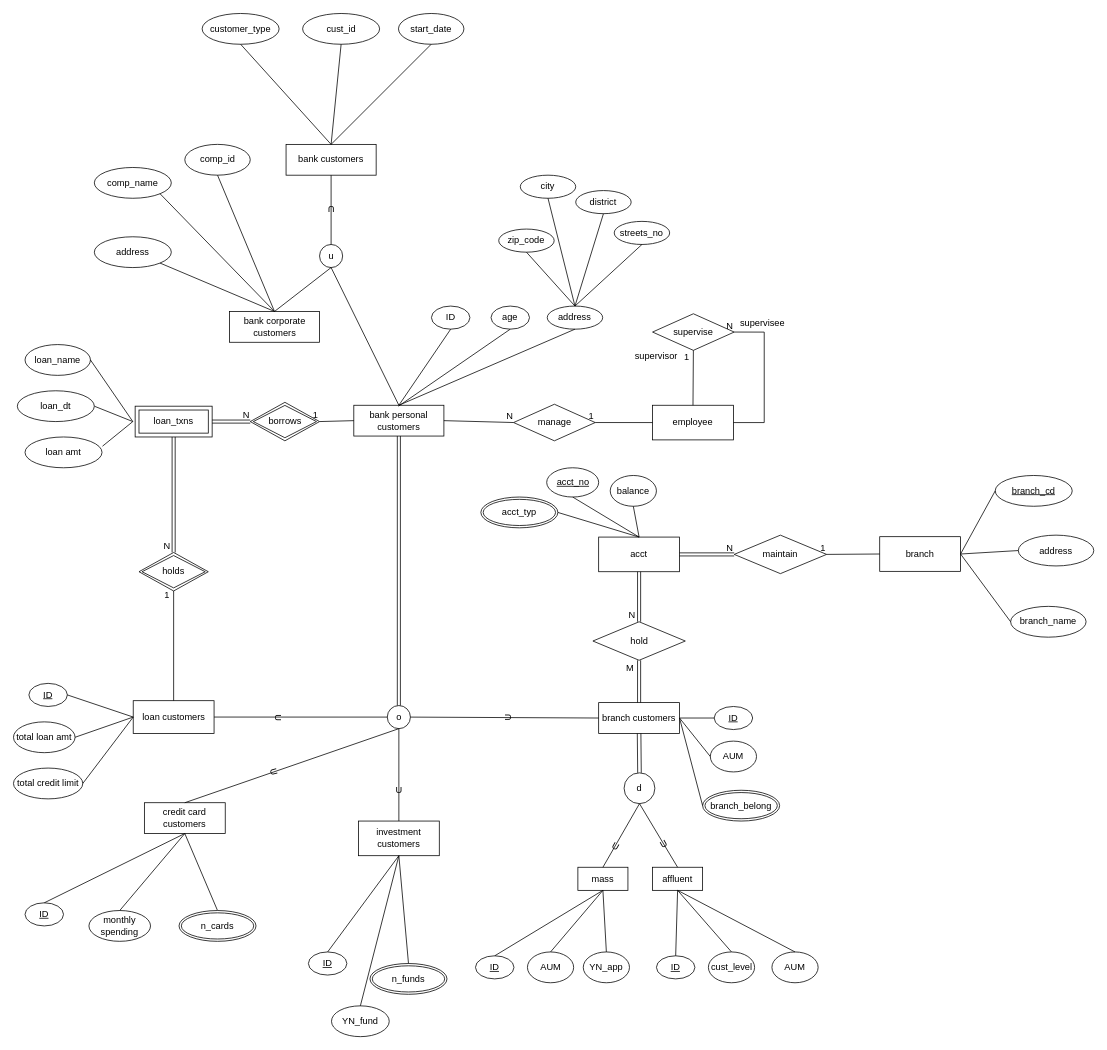
Before: Homeworks/hw1.drawio in qqaazz800624/2023_Database_Systems_SQLtoNoSQL, a draw.io diagram. Source tidied: cells renumbered, new cells numbered last; positions are measured from the earlier drawing's top-left corner, leaving out a move shared by most shapes. Both pictures are drawn from the tidied source at 77%, with x=0, y=0 at pixel (13, 13).
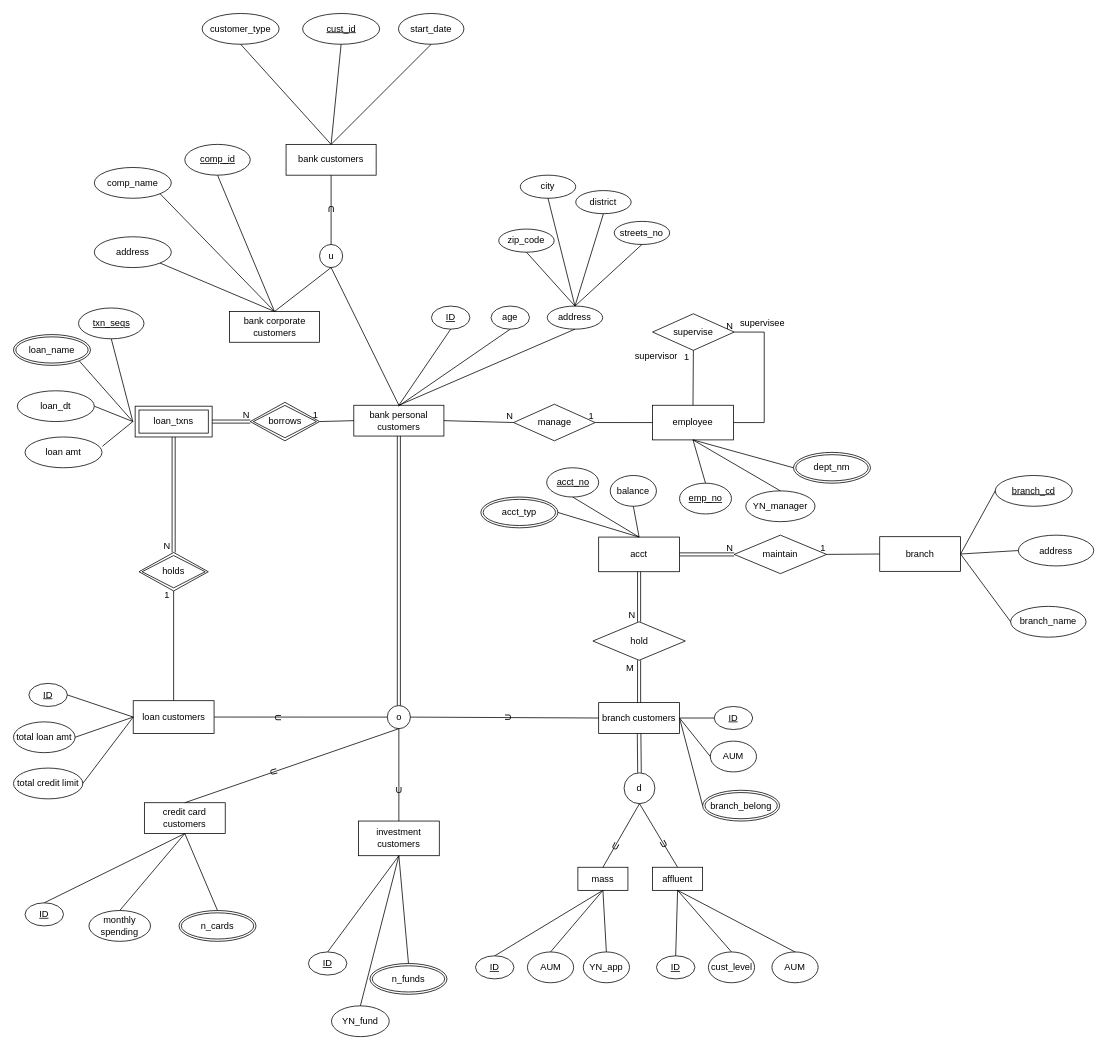
The same diagram, later.

The change refers to these unchanged cells:
```xml
<mxCell id="82" value="employee" style="rounded=0;whiteSpace=wrap;html=1;" parent="1" vertex="1">
  <mxGeometry x="830" y="508.8" width="105" height="45" as="geometry" />
</mxCell>
```

What changed in the source:
```diff
@@
-    <mxCell id="10" value="ID" style="ellipse;whiteSpace=wrap;html=1;" parent="1" vertex="1">
+    <mxCell id="10" value="&lt;u&gt;ID&lt;/u&gt;" style="ellipse;whiteSpace=wrap;html=1;" parent="1" vertex="1">
       <mxGeometry x="542.8" y="380" width="50" height="30" as="geometry" />
     </mxCell>
@@
-    <mxCell id="29" value="loan_name" style="ellipse;whiteSpace=wrap;html=1;" parent="1" vertex="1">
-      <mxGeometry x="15" y="430" width="85" height="40" as="geometry" />
-    </mxCell>
@@
-    <mxCell id="31" style="endArrow=none;html=1;rounded=0;exitX=1;exitY=0.5;exitDx=0;exitDy=0;entryX=0;entryY=0.5;entryDx=0;entryDy=0;" parent="1" edge="1" source="29">
+    <mxCell id="31" style="endArrow=none;html=1;rounded=0;exitX=1;exitY=1;exitDx=0;exitDy=0;entryX=0;entryY=0.5;entryDx=0;entryDy=0;" parent="1" edge="1" source="29">
       <mxGeometry relative="1" as="geometry">
         <mxPoint x="155" y="530" as="targetPoint" />
       </mxGeometry>
     </mxCell>
@@
-    <mxCell id="137" value="comp_id" style="ellipse;whiteSpace=wrap;html=1;" parent="1" vertex="1">
+    <mxCell id="137" value="&lt;u&gt;comp_id&lt;/u&gt;" style="ellipse;whiteSpace=wrap;html=1;" parent="1" vertex="1">
       <mxGeometry x="222.5" y="170" width="85" height="40" as="geometry" />
     </mxCell>
@@
-    <mxCell id="145" value="cust_id" style="ellipse;whiteSpace=wrap;html=1;" parent="1" vertex="1">
+    <mxCell id="145" value="&lt;u&gt;cust_id&lt;/u&gt;" style="ellipse;whiteSpace=wrap;html=1;" parent="1" vertex="1">
       <mxGeometry x="375.5" width="100" height="40" as="geometry" />
     </mxCell>
@@
+    <mxCell id="149" value="&lt;u&gt;emp_no&lt;/u&gt;" style="ellipse;whiteSpace=wrap;html=1;" parent="1" vertex="1">
+      <mxGeometry x="865" y="610" width="67.5" height="40" as="geometry" />
+    </mxCell>
+    <mxCell id="150" value="YN_manager" style="ellipse;whiteSpace=wrap;html=1;" parent="1" vertex="1">
+      <mxGeometry x="951" y="620" width="90" height="40" as="geometry" />
+    </mxCell>
+    <mxCell id="151" style="endArrow=none;html=1;rounded=0;exitX=0.5;exitY=1;exitDx=0;exitDy=0;entryX=0.5;entryY=0;entryDx=0;entryDy=0;" parent="1" edge="1" source="82" target="149">
+      <mxGeometry relative="1" as="geometry" />
+    </mxCell>
+    <mxCell id="152" style="endArrow=none;html=1;rounded=0;exitX=0.5;exitY=1;exitDx=0;exitDy=0;entryX=0.5;entryY=0;entryDx=0;entryDy=0;" parent="1" edge="1" source="82" target="150">
+      <mxGeometry relative="1" as="geometry" />
+    </mxCell>
+    <mxCell id="153" style="endArrow=none;html=1;rounded=0;exitX=0.5;exitY=1;exitDx=0;exitDy=0;entryX=0;entryY=0.5;entryDx=0;entryDy=0;" parent="1" edge="1" source="82" target="154">
+      <mxGeometry relative="1" as="geometry" />
+    </mxCell>
+    <mxCell id="154" value="dept_nm" style="ellipse;shape=doubleEllipse;margin=3;whiteSpace=wrap;html=1;align=center;" parent="1" vertex="1">
+      <mxGeometry x="1013" y="570" width="100" height="40" as="geometry" />
+    </mxCell>
+    <mxCell id="155" value="&lt;u&gt;txn_seqs&lt;/u&gt;" style="ellipse;whiteSpace=wrap;html=1;" parent="1" vertex="1">
+      <mxGeometry x="84.5" y="382.5" width="85" height="40" as="geometry" />
+    </mxCell>
+    <mxCell id="156" style="endArrow=none;html=1;rounded=0;exitX=0.5;exitY=1;exitDx=0;exitDy=0;" parent="1" edge="1" source="155">
+      <mxGeometry relative="1" as="geometry">
+        <mxPoint x="155" y="530" as="targetPoint" />
+      </mxGeometry>
+    </mxCell>
+    <mxCell id="29" value="loan_name" style="ellipse;shape=doubleEllipse;margin=3;whiteSpace=wrap;html=1;align=center;" parent="1" vertex="1">
+      <mxGeometry y="417" width="100" height="40" as="geometry" />
+    </mxCell>
```
